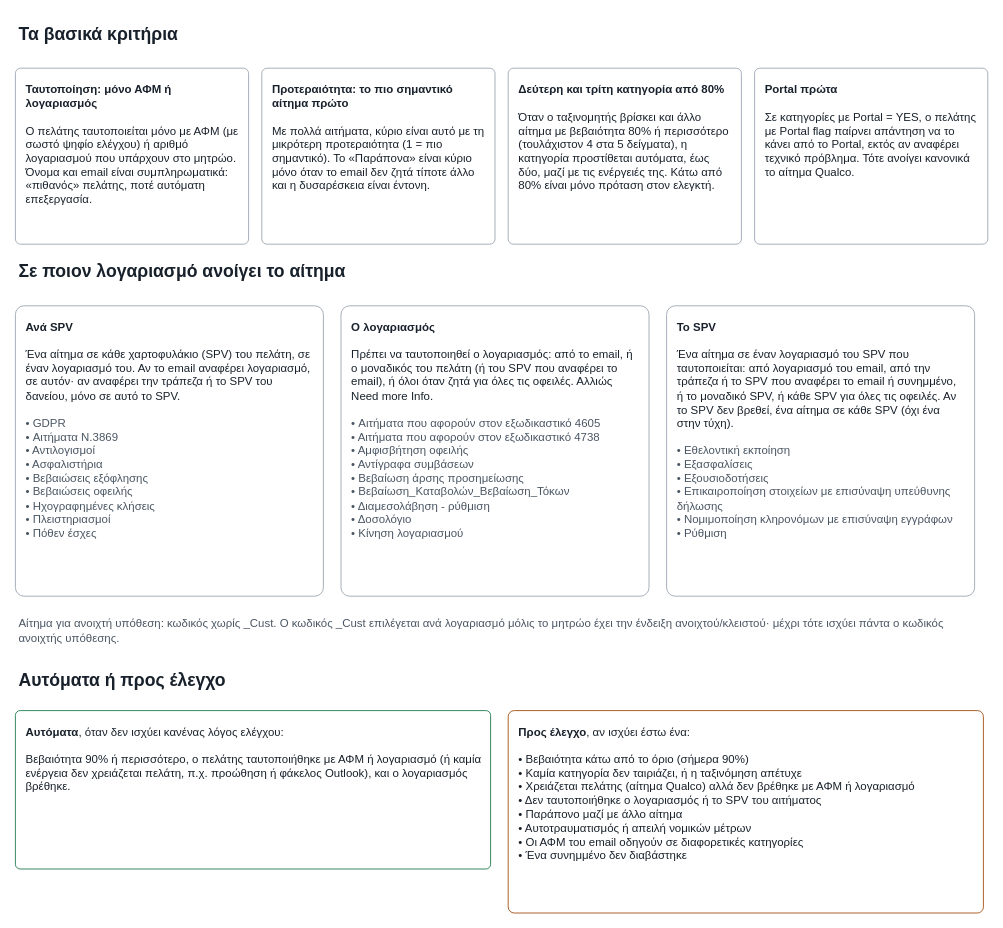
Earlier version of the draw.io diagram page "2 Κριτήρια και λογαριασμός" (2 of 6) of docs/decision_rules.drawio (nicoleplak/email-classification). Source tidied: cells renumbered, new cells numbered last; positions are measured from the earlier drawing's top-left corner, leaving out a move shared by most shapes. Both pictures are drawn from the tidied source at 88%, with x=0, y=0 at pixel (15, 15).
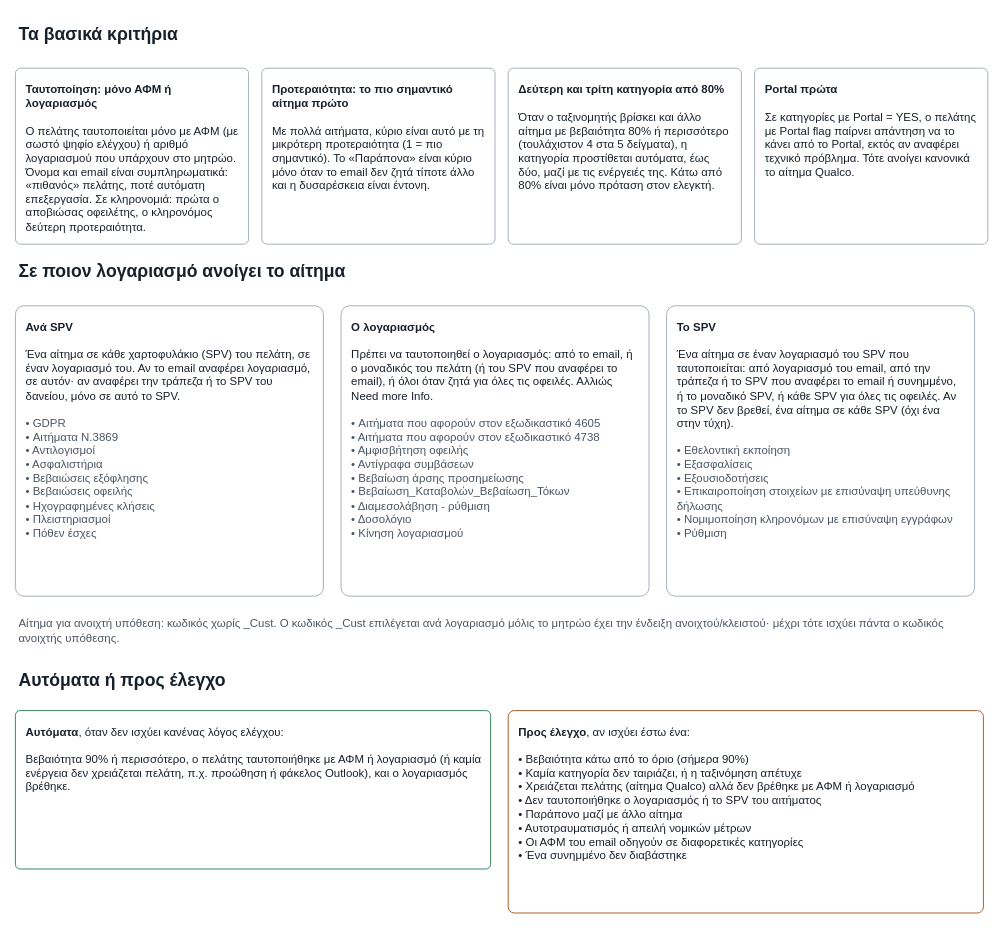
The same page after the edit.

Diff of the diagram source:
```diff
@@
 <mxGraphModel>
   <root>
     <mxCell id="0" />
     <mxCell id="1" parent="0" />
     <mxCell id="2" value="&lt;b style=&quot;font-size:20px&quot;&gt;Τα βασικά κριτήρια&lt;/b&gt;" style="text;html=1;whiteSpace=wrap;align=left;verticalAlign=top;fontFamily=Helvetica;fontColor=#18212B;fontSize=13;spacing=4;" parent="1" vertex="1">
       <mxGeometry width="1100" height="40" as="geometry" />
     </mxCell>
-    <mxCell id="3" value="&lt;b&gt;Ταυτοποίηση: μόνο ΑΦΜ ή λογαριασμός&lt;/b&gt;&lt;br&gt;&lt;br&gt;Ο πελάτης ταυτοποιείται μόνο με ΑΦΜ (με σωστό ψηφίο ελέγχου) ή αριθμό λογαριασμού που υπάρχουν στο μητρώο. Όνομα και email είναι συμπληρωματικά: «πιθανός» πελάτης, ποτέ αυτόματη επεξεργασία." style="rounded=1;arcSize=3;whiteSpace=wrap;html=1;align=left;verticalAlign=top;spacing=12;fillColor=#FFFFFF;strokeColor=#9AA6B2;fontFamily=Helvetica;fontColor=#18212B;fontSize=12;fontSize=13;" parent="1" vertex="1">
+    <mxCell id="3" value="&lt;b&gt;Ταυτοποίηση: μόνο ΑΦΜ ή λογαριασμός&lt;/b&gt;&lt;br&gt;&lt;br&gt;Ο πελάτης ταυτοποιείται μόνο με ΑΦΜ (με σωστό ψηφίο ελέγχου) ή αριθμό λογαριασμού που υπάρχουν στο μητρώο. Όνομα και email είναι συμπληρωματικά: «πιθανός» πελάτης, ποτέ αυτόματη επεξεργασία. Σε κληρονομιά: πρώτα ο αποβιώσας οφειλέτης, ο κληρονόμος δεύτερη προτεραιότητα." style="rounded=1;arcSize=3;whiteSpace=wrap;html=1;align=left;verticalAlign=top;spacing=12;fillColor=#FFFFFF;strokeColor=#9AA6B2;fontFamily=Helvetica;fontColor=#18212B;fontSize=12;fontSize=13;" parent="1" vertex="1">
       <mxGeometry y="60" width="265" height="200" as="geometry" />
     </mxCell>
     <mxCell id="4" value="&lt;b&gt;Προτεραιότητα: το πιο σημαντικό αίτημα πρώτο&lt;/b&gt;&lt;br&gt;&lt;br&gt;Με πολλά αιτήματα, κύριο είναι αυτό με τη μικρότερη προτεραιότητα (1 = πιο σημαντικό). Το «Παράπονα» είναι κύριο μόνο όταν το email δεν ζητά τίποτε άλλο και η δυσαρέσκεια είναι έντονη." style="rounded=1;arcSize=3;whiteSpace=wrap;html=1;align=left;verticalAlign=top;spacing=12;fillColor=#FFFFFF;strokeColor=#9AA6B2;fontFamily=Helvetica;fontColor=#18212B;fontSize=12;fontSize=13;" parent="1" vertex="1">
       <mxGeometry x="280" y="60" width="265" height="200" as="geometry" />
     </mxCell>
     <mxCell id="5" value="&lt;b&gt;Δεύτερη και τρίτη κατηγορία από 80%&lt;/b&gt;&lt;br&gt;&lt;br&gt;Όταν ο ταξινομητής βρίσκει και άλλο αίτημα με βεβαιότητα 80% ή περισσότερο (τουλάχιστον 4 στα 5 δείγματα), η κατηγορία προστίθεται αυτόματα, έως δύο, μαζί με τις ενέργειές της. Κάτω από 80% είναι μόνο πρόταση στον ελεγκτή." style="rounded=1;arcSize=3;whiteSpace=wrap;html=1;align=left;verticalAlign=top;spacing=12;fillColor=#FFFFFF;strokeColor=#9AA6B2;fontFamily=Helvetica;fontColor=#18212B;fontSize=12;fontSize=13;" parent="1" vertex="1">
       <mxGeometry x="560" y="60" width="265" height="200" as="geometry" />
     </mxCell>
     <mxCell id="6" value="&lt;b&gt;Portal πρώτα&lt;/b&gt;&lt;br&gt;&lt;br&gt;Σε κατηγορίες με Portal = YES, ο πελάτης με Portal flag παίρνει απάντηση να το κάνει από το Portal, εκτός αν αναφέρει τεχνικό πρόβλημα. Τότε ανοίγει κανονικά το αίτημα Qualco." style="rounded=1;arcSize=3;whiteSpace=wrap;html=1;align=left;verticalAlign=top;spacing=12;fillColor=#FFFFFF;strokeColor=#9AA6B2;fontFamily=Helvetica;fontColor=#18212B;fontSize=12;fontSize=13;" parent="1" vertex="1">
       <mxGeometry x="840" y="60" width="265" height="200" as="geometry" />
     </mxCell>
     <mxCell id="7" value="&lt;b style=&quot;font-size:20px&quot;&gt;Σε ποιον λογαριασμό ανοίγει το αίτημα&lt;/b&gt;" style="text;html=1;whiteSpace=wrap;align=left;verticalAlign=top;fontFamily=Helvetica;fontColor=#18212B;fontSize=13;spacing=4;" parent="1" vertex="1">
       <mxGeometry y="270" width="1100" height="40" as="geometry" />
     </mxCell>
     <mxCell id="8" value="&lt;b&gt;Ανά SPV&lt;/b&gt;&lt;br&gt;&lt;br&gt;Ένα αίτημα σε κάθε χαρτοφυλάκιο (SPV) του πελάτη, σε έναν λογαριασμό του. Αν το email αναφέρει λογαριασμό, σε αυτόν· αν αναφέρει την τράπεζα ή το SPV του δανείου, μόνο σε αυτό το SPV.&lt;br&gt;&lt;br&gt;&lt;font color=&quot;#4A5663&quot;&gt;• GDPR&lt;br&gt;• Αιτήματα Ν.3869&lt;br&gt;• Αντιλογισμοί&lt;br&gt;• Ασφαλιστήρια&lt;br&gt;• Βεβαιώσεις εξόφλησης&lt;br&gt;• Βεβαιώσεις οφειλής&lt;br&gt;• Ηχογραφημένες κλήσεις&lt;br&gt;• Πλειστηριασμοί&lt;br&gt;• Πόθεν έσχες&lt;/font&gt;" style="rounded=1;arcSize=3;whiteSpace=wrap;html=1;align=left;verticalAlign=top;spacing=12;fillColor=#FFFFFF;strokeColor=#9AA6B2;fontFamily=Helvetica;fontColor=#18212B;fontSize=12;fontSize=13;" parent="1" vertex="1">
       <mxGeometry y="330" width="350" height="330" as="geometry" />
     </mxCell>
     <mxCell id="9" value="&lt;b&gt;Ο λογαριασμός&lt;/b&gt;&lt;br&gt;&lt;br&gt;Πρέπει να ταυτοποιηθεί ο λογαριασμός: από το email, ή ο μοναδικός του πελάτη (ή του SPV που αναφέρει το email), ή όλοι όταν ζητά για όλες τις οφειλές. Αλλιώς Need more Info.&lt;br&gt;&lt;br&gt;&lt;font color=&quot;#4A5663&quot;&gt;• Αιτήματα που αφορούν στον εξωδικαστικό 4605&lt;br&gt;• Αιτήματα που αφορούν στον εξωδικαστικό 4738&lt;br&gt;• Αμφισβήτηση οφειλής&lt;br&gt;• Αντίγραφα συμβάσεων&lt;br&gt;• Βεβαίωση άρσης προσημείωσης&lt;br&gt;• Βεβαίωση_Καταβολών_Βεβαίωση_Τόκων&lt;br&gt;• Διαμεσολάβηση - ρύθμιση&lt;br&gt;• Δοσολόγιο&lt;br&gt;• Κίνηση λογαριασμού&lt;/font&gt;" style="rounded=1;arcSize=3;whiteSpace=wrap;html=1;align=left;verticalAlign=top;spacing=12;fillColor=#FFFFFF;strokeColor=#9AA6B2;fontFamily=Helvetica;fontColor=#18212B;fontSize=12;fontSize=13;" parent="1" vertex="1">
       <mxGeometry x="370" y="330" width="350" height="330" as="geometry" />
     </mxCell>
     <mxCell id="10" value="&lt;b&gt;Το SPV&lt;/b&gt;&lt;br&gt;&lt;br&gt;Ένα αίτημα σε έναν λογαριασμό του SPV που ταυτοποιείται: από λογαριασμό του email, από την τράπεζα ή το SPV που αναφέρει το email ή συνημμένο, ή το μοναδικό SPV, ή κάθε SPV για όλες τις οφειλές. Αν το SPV δεν βρεθεί, ένα αίτημα σε κάθε SPV (όχι ένα στην τύχη).&lt;br&gt;&lt;br&gt;&lt;font color=&quot;#4A5663&quot;&gt;• Εθελοντική εκποίηση&lt;br&gt;• Εξασφαλίσεις&lt;br&gt;• Εξουσιοδοτήσεις&lt;br&gt;• Επικαιροποίηση στοιχείων με επισύναψη υπεύθυνης δήλωσης&lt;br&gt;• Νομιμοποίηση κληρονόμων με επισύναψη εγγράφων&lt;br&gt;• Ρύθμιση&lt;/font&gt;" style="rounded=1;arcSize=3;whiteSpace=wrap;html=1;align=left;verticalAlign=top;spacing=12;fillColor=#FFFFFF;strokeColor=#9AA6B2;fontFamily=Helvetica;fontColor=#18212B;fontSize=12;fontSize=13;" parent="1" vertex="1">
       <mxGeometry x="740" y="330" width="350" height="330" as="geometry" />
     </mxCell>
     <mxCell id="11" value="&lt;font color=&quot;#4A5663&quot;&gt;Αίτημα για ανοιχτή υπόθεση: κωδικός χωρίς _Cust. Ο κωδικός _Cust επιλέγεται ανά λογαριασμό μόλις το μητρώο έχει την ένδειξη ανοιχτού/κλειστού· μέχρι τότε ισχύει πάντα ο κωδικός ανοιχτής υπόθεσης.&lt;/font&gt;" style="text;html=1;whiteSpace=wrap;align=left;verticalAlign=top;fontFamily=Helvetica;fontColor=#18212B;fontSize=13;spacing=4;" parent="1" vertex="1">
       <mxGeometry y="675" width="1100" height="40" as="geometry" />
     </mxCell>
     <mxCell id="12" value="&lt;b style=&quot;font-size:20px&quot;&gt;Αυτόματα ή προς έλεγχο&lt;/b&gt;" style="text;html=1;whiteSpace=wrap;align=left;verticalAlign=top;fontFamily=Helvetica;fontColor=#18212B;fontSize=13;spacing=4;" parent="1" vertex="1">
       <mxGeometry y="735" width="1100" height="40" as="geometry" />
     </mxCell>
     <mxCell id="13" value="&lt;b&gt;Αυτόματα&lt;/b&gt;, όταν δεν ισχύει κανένας λόγος ελέγχου:&lt;br&gt;&lt;br&gt;Βεβαιότητα 90% ή περισσότερο, ο πελάτης ταυτοποιήθηκε με ΑΦΜ ή λογαριασμό (ή καμία ενέργεια δεν χρειάζεται πελάτη, π.χ. προώθηση ή φάκελος Outlook), και ο λογαριασμός βρέθηκε." style="rounded=1;arcSize=3;whiteSpace=wrap;html=1;align=left;verticalAlign=top;spacing=12;fillColor=#FFFFFF;strokeColor=#9AA6B2;fontFamily=Helvetica;fontColor=#18212B;fontSize=12;fontSize=13;strokeColor=#1D7A4C;" parent="1" vertex="1">
       <mxGeometry y="790" width="540" height="180" as="geometry" />
     </mxCell>
     <mxCell id="14" value="&lt;b&gt;Προς έλεγχο&lt;/b&gt;, αν ισχύει έστω ένα:&lt;br&gt;&lt;br&gt;• Βεβαιότητα κάτω από το όριο (σήμερα 90%)&lt;br&gt;• Καμία κατηγορία δεν ταιριάζει, ή η ταξινόμηση απέτυχε&lt;br&gt;• Χρειάζεται πελάτης (αίτημα Qualco) αλλά δεν βρέθηκε με ΑΦΜ ή λογαριασμό&lt;br&gt;• Δεν ταυτοποιήθηκε ο λογαριασμός ή το SPV του αιτήματος&lt;br&gt;• Παράπονο μαζί με άλλο αίτημα&lt;br&gt;• Αυτοτραυματισμός ή απειλή νομικών μέτρων&lt;br&gt;• Οι ΑΦΜ του email οδηγούν σε διαφορετικές κατηγορίες&lt;br&gt;• Ένα συνημμένο δεν διαβάστηκε" style="rounded=1;arcSize=3;whiteSpace=wrap;html=1;align=left;verticalAlign=top;spacing=12;fillColor=#FFFFFF;strokeColor=#9AA6B2;fontFamily=Helvetica;fontColor=#18212B;fontSize=12;fontSize=13;strokeColor=#A14D0E;" parent="1" vertex="1">
       <mxGeometry x="560" y="790" width="540" height="230" as="geometry" />
     </mxCell>
   </root>
 </mxGraphModel>
```
